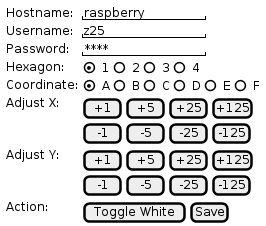
The PlantUML diagram docs/osc-gui/remote.png in urbanpixellab/hex, before a commit. Its source is kept beside it as docs/osc-gui/remote.pu.
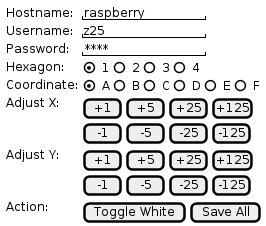
Above is the later version.

Commit message:
Improved Save label

The edit, as a diff of the source:
```diff
@@ -9,6 +9,6 @@
                 [ -1 ] | [ -5 ] | [-25 ] | [-125] }
 Adjust Y:   | { [ +1 ] | [ +5 ] | [+25 ] | [+125]
                 [ -1 ] | [ -5 ] | [-25 ] | [-125] }
-Action:     | { [Toggle White] | [Save] }
+Action:     | { [Toggle White] | [Save All] }
 }
 @endsalt
```
